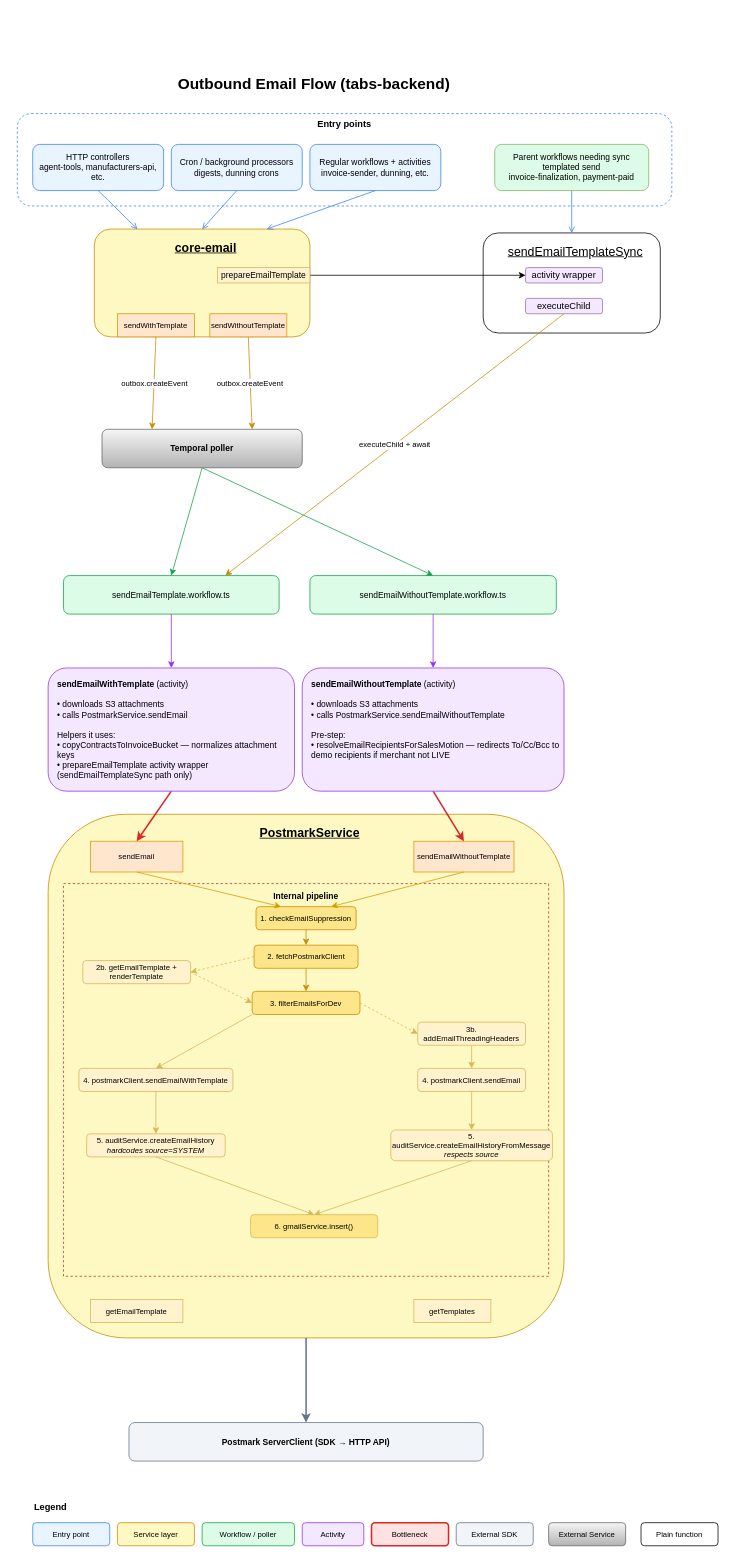
Before: email-flow.drawio in yabrown/tabs-stuff, a draw.io diagram. Source tidied: cells renumbered, new cells numbered last; positions are measured from the earlier drawing's top-left corner, leaving out a move shared by most shapes. Both pictures are drawn from the tidied source at 77%, with x=0, y=0 at pixel (17, 67).
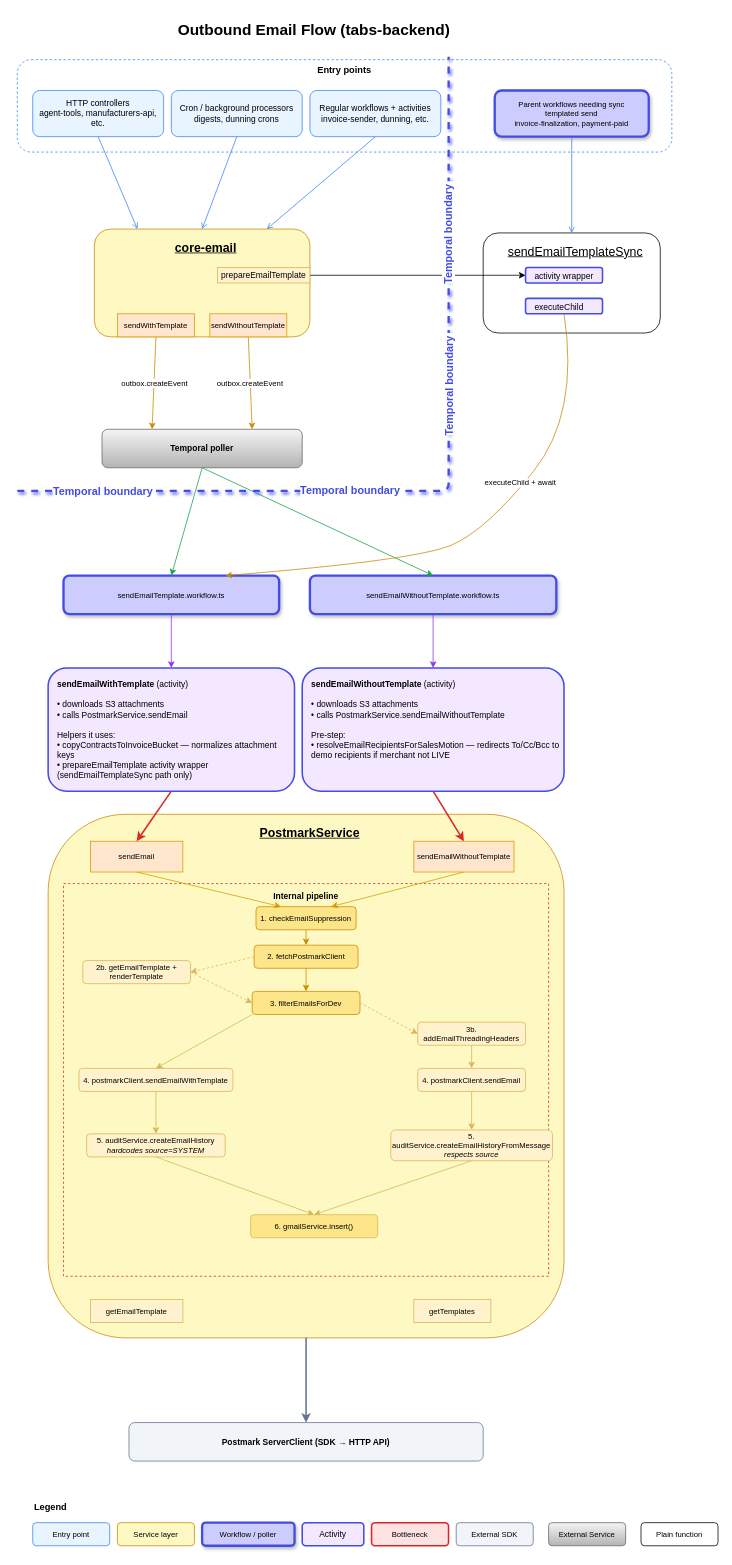
After the change.

Commit message:
aesthetic, added temporal boundary

Change to the diagram source:
```diff
@@
     <mxCell id="2" value="Outbound Email Flow (tabs-backend)" style="text;html=1;align=center;verticalAlign=middle;fontSize=20;fontStyle=1;" parent="1" vertex="1">
-      <mxGeometry x="160" width="450" height="40" as="geometry" />
+      <mxGeometry x="160" y="-70" width="450" height="40" as="geometry" />
     </mxCell>
     <mxCell id="3" value="Entry points" style="rounded=1;whiteSpace=wrap;html=1;fillColor=none;strokeColor=#3b82f6;dashed=1;verticalAlign=top;fontSize=12;fontStyle=1;" parent="1" vertex="1">
-      <mxGeometry y="60" width="850" height="120" as="geometry" />
+      <mxGeometry y="-10" width="850" height="120" as="geometry" />
     </mxCell>
     <mxCell id="4" value="HTTP controllers&#10;agent-tools, manufacturers-api, etc." style="rounded=1;whiteSpace=wrap;html=1;fillColor=#e8f4ff;strokeColor=#3b82f6;fontSize=11;" parent="1" vertex="1">
-      <mxGeometry x="20" y="100" width="170" height="60" as="geometry" />
+      <mxGeometry x="20" y="30" width="170" height="60" as="geometry" />
     </mxCell>
     <mxCell id="5" value="Cron / background processors&#10;digests, dunning crons" style="rounded=1;whiteSpace=wrap;html=1;fillColor=#e8f4ff;strokeColor=#3b82f6;fontSize=11;" parent="1" vertex="1">
-      <mxGeometry x="200" y="100" width="170" height="60" as="geometry" />
+      <mxGeometry x="200" y="30" width="170" height="60" as="geometry" />
     </mxCell>
     <mxCell id="6" value="Regular workflows + activities&#10;invoice-sender, dunning, etc." style="rounded=1;whiteSpace=wrap;html=1;fillColor=#e8f4ff;strokeColor=#3b82f6;fontSize=11;" parent="1" vertex="1">
-      <mxGeometry x="380" y="100" width="170" height="60" as="geometry" />
+      <mxGeometry x="380" y="30" width="170" height="60" as="geometry" />
     </mxCell>
-    <mxCell id="7" value="Parent workflows needing sync&#10;templated send&#10;invoice-finalization, payment-paid" style="rounded=1;whiteSpace=wrap;html=1;fillColor=#DCFCE7;strokeColor=#82b366;fontSize=11;" parent="1" vertex="1">
-      <mxGeometry x="620" y="100" width="200" height="60" as="geometry" />
+    <mxCell id="7" value="Parent workflows needing sync&#10;templated send&#10;invoice-finalization, payment-paid" style="rounded=1;whiteSpace=wrap;html=1;fillColor=#CCCCFF;strokeColor=#434CE6;fontSize=10;align=center;verticalAlign=middle;fontFamily=Helvetica;fontColor=default;shadow=1;strokeWidth=3;" parent="1" vertex="1">
+      <mxGeometry x="620" y="30" width="200" height="60" as="geometry" />
     </mxCell>
@@
-    <mxCell id="15" value="sendEmailTemplate.workflow.ts" style="rounded=1;whiteSpace=wrap;html=1;fillColor=#dcfce7;strokeColor=#16a34a;fontSize=11;" parent="1" vertex="1">
+    <mxCell id="15" value="sendEmailTemplate.workflow.ts" style="rounded=1;whiteSpace=wrap;html=1;fillColor=#CCCCFF;strokeColor=#434CE6;fontSize=10;align=center;verticalAlign=middle;fontFamily=Helvetica;fontColor=default;strokeWidth=3;shadow=1;" parent="1" vertex="1">
       <mxGeometry x="60" y="660" width="280" height="50" as="geometry" />
     </mxCell>
-    <mxCell id="16" value="sendEmailWithoutTemplate.workflow.ts" style="rounded=1;whiteSpace=wrap;html=1;fillColor=#dcfce7;strokeColor=#16a34a;fontSize=11;" parent="1" vertex="1">
+    <mxCell id="16" value="sendEmailWithoutTemplate.workflow.ts" style="rounded=1;whiteSpace=wrap;html=1;fillColor=#CCCCFF;strokeColor=#434CE6;fontSize=10;align=center;verticalAlign=middle;fontFamily=Helvetica;fontColor=default;shadow=1;strokeWidth=3;" parent="1" vertex="1">
       <mxGeometry x="380" y="660" width="320" height="50" as="geometry" />
     </mxCell>
@@
-    <mxCell id="54" value="Workflow / poller" style="rounded=1;whiteSpace=wrap;html=1;fillColor=#dcfce7;strokeColor=#16a34a;fontSize=10;" parent="1" vertex="1">
+    <mxCell id="54" value="Workflow / poller" style="rounded=1;whiteSpace=wrap;html=1;fillColor=#CCCCFF;strokeColor=#434CE6;fontSize=10;shadow=1;strokeWidth=3;align=center;verticalAlign=middle;fontFamily=Helvetica;fontColor=default;" parent="1" vertex="1">
       <mxGeometry x="240" y="1890" width="120" height="30" as="geometry" />
     </mxCell>
-    <mxCell id="55" value="Activity" style="rounded=1;whiteSpace=wrap;html=1;fillColor=#f3e8ff;strokeColor=#9333ea;fontSize=10;" parent="1" vertex="1">
+    <mxCell id="55" value="Activity" style="rounded=1;whiteSpace=wrap;html=1;fillColor=#F3E8FF;strokeColor=#434CE6;fontSize=11;strokeWidth=2;align=center;verticalAlign=middle;spacingLeft=0;spacingTop=0;fontFamily=Helvetica;fontColor=default;spacing=0;" parent="1" vertex="1">
       <mxGeometry x="370" y="1890" width="80" height="30" as="geometry" />
     </mxCell>
@@
-    <mxCell id="66" value="activity wrapper" style="rounded=1;whiteSpace=wrap;html=1;fillColor=#F3E8FF;strokeColor=#9673a6;" parent="1" vertex="1">
+    <mxCell id="66" value="activity wrapper" style="rounded=1;whiteSpace=wrap;html=1;fillColor=#F3E8FF;strokeColor=#434CE6;strokeWidth=2;align=left;verticalAlign=bottom;spacingLeft=10;spacingTop=8;fontFamily=Helvetica;fontSize=11;fontColor=default;" parent="1" vertex="1">
       <mxGeometry x="660" y="260" width="100" height="20" as="geometry" />
     </mxCell>
-    <mxCell id="67" value="executeChild" style="rounded=1;whiteSpace=wrap;html=1;fillColor=#F3E8FF;strokeColor=#9673a6;" parent="1" vertex="1">
+    <mxCell id="67" value="executeChild" style="rounded=1;whiteSpace=wrap;html=1;fillColor=#F3E8FF;strokeColor=#434CE6;strokeWidth=2;align=left;verticalAlign=bottom;spacingLeft=10;spacingTop=8;fontFamily=Helvetica;fontSize=11;fontColor=default;" parent="1" vertex="1">
       <mxGeometry x="660" y="300" width="100" height="20" as="geometry" />
     </mxCell>
     <mxCell id="68" value="executeChild + await" style="endArrow=classic;html=1;rounded=0;strokeColor=#ca8a04;entryX=0.75;entryY=0;entryDx=0;entryDy=0;fontSize=10;curved=1;exitX=0.5;exitY=1;exitDx=0;exitDy=0;" parent="1" edge="1" source="67" target="15">
-      <mxGeometry relative="1" as="geometry" />
+      <mxGeometry x="-0.26" y="-5" relative="1" as="geometry">
+        <Array as="points">
+          <mxPoint x="730" y="450" />
+          <mxPoint x="610" y="600" />
+          <mxPoint x="520" y="640" />
+        </Array>
+      </mxGeometry>
     </mxCell>
-    <mxCell id="69" value="&lt;b&gt;sendEmailWithTemplate&lt;/b&gt; (activity)&#10;&#10;• downloads S3 attachments&#10;• calls PostmarkService.sendEmail&#10;&#10;Helpers it uses:&#10;• copyContractsToInvoiceBucket — normalizes attachment keys&#10;• prepareEmailTemplate activity wrapper (sendEmailTemplateSync path only)" style="rounded=1;whiteSpace=wrap;html=1;fillColor=#f3e8ff;strokeColor=#9333ea;fontSize=11;align=left;verticalAlign=top;spacingLeft=10;spacingTop=8;" parent="1" vertex="1">
+    <mxCell id="69" value="&lt;b&gt;sendEmailWithTemplate&lt;/b&gt; (activity)&#10;&#10;• downloads S3 attachments&#10;• calls PostmarkService.sendEmail&#10;&#10;Helpers it uses:&#10;• copyContractsToInvoiceBucket — normalizes attachment keys&#10;• prepareEmailTemplate activity wrapper (sendEmailTemplateSync path only)" style="rounded=1;whiteSpace=wrap;html=1;fillColor=#F3E8FF;strokeColor=#434CE6;fontSize=11;align=left;verticalAlign=top;spacingLeft=10;spacingTop=8;strokeWidth=2;perimeterSpacing=0;" parent="1" vertex="1">
       <mxGeometry x="40" y="780" width="320" height="160" as="geometry" />
     </mxCell>
-    <mxCell id="70" value="&lt;b&gt;sendEmailWithoutTemplate&lt;/b&gt; (activity)&#10;&#10;• downloads S3 attachments&#10;• calls PostmarkService.sendEmailWithoutTemplate&#10;&#10;Pre-step:&#10;• resolveEmailRecipientsForSalesMotion — redirects To/Cc/Bcc to demo recipients if merchant not LIVE" style="rounded=1;whiteSpace=wrap;html=1;fillColor=#f3e8ff;strokeColor=#9333ea;fontSize=11;align=left;verticalAlign=top;spacingLeft=10;spacingTop=8;" parent="1" vertex="1">
+    <mxCell id="70" value="&lt;b&gt;sendEmailWithoutTemplate&lt;/b&gt; (activity)&#10;&#10;• downloads S3 attachments&#10;• calls PostmarkService.sendEmailWithoutTemplate&#10;&#10;Pre-step:&#10;• resolveEmailRecipientsForSalesMotion — redirects To/Cc/Bcc to demo recipients if merchant not LIVE" style="rounded=1;whiteSpace=wrap;html=1;fillColor=#F3E8FF;strokeColor=#434CE6;fontSize=11;align=left;verticalAlign=top;spacingLeft=10;spacingTop=8;strokeWidth=2;fontFamily=Helvetica;fontColor=default;" parent="1" vertex="1">
       <mxGeometry x="370" y="780" width="340" height="160" as="geometry" />
     </mxCell>
@@
+    <mxCell id="74" style="endArrow=none;dashed=1;html=1;rounded=1;entryX=0.659;entryY=-0.033;entryDx=0;entryDy=0;entryPerimeter=0;edgeStyle=orthogonalEdgeStyle;strokeWidth=3;fillColor=#d5e8d4;strokeColor=light-dark(#444CE7,#444CE7);startSize=0;sourcePerimeterSpacing=0;endSize=0;shadow=1;flowAnimation=0;shadowOffsetX=2;shadowBlur=2;shadowOpacity=100;comic=0;shadowColor=#444CE7;curved=0;textShadow=0;fontColor=#1F0FFF;" parent="1" edge="1" target="3">
+      <mxGeometry relative="1" as="geometry">
+        <mxPoint y="550" as="sourcePoint" />
+        <Array as="points">
+          <mxPoint x="560" y="550" />
+        </Array>
+      </mxGeometry>
+    </mxCell>
+    <mxCell id="75" value="&lt;font style=&quot;color: rgb(67, 76, 230);&quot;&gt;Temporal boundary&amp;nbsp;&lt;/font&gt;" style="edgeLabel;html=1;align=center;verticalAlign=middle;rotation=-90;fontSize=14;fontColor=#00A122;fontStyle=1;" parent="74" vertex="1">
+      <mxGeometry x="0.59" y="1" relative="1" as="geometry" />
+    </mxCell>
+    <mxCell id="76" value="&lt;span style=&quot;color: rgb(67, 76, 230); font-size: 14px;&quot;&gt;Temporal boundary&amp;nbsp;&lt;/span&gt;" style="edgeLabel;html=1;align=center;verticalAlign=middle;rotation=-90;fontStyle=1;" parent="74" vertex="1">
+      <mxGeometry x="0.24" relative="1" as="geometry" />
+    </mxCell>
+    <mxCell id="77" value="&lt;span style=&quot;color: rgb(67, 76, 230); font-size: 14px;&quot;&gt;Temporal boundary&amp;nbsp;&lt;/span&gt;" style="edgeLabel;html=1;align=center;verticalAlign=middle;fontStyle=1;" parent="74" vertex="1">
+      <mxGeometry x="-0.23" y="1" relative="1" as="geometry" />
+    </mxCell>
+    <mxCell id="78" value="&lt;span style=&quot;color: rgb(67, 76, 230); font-size: 14px;&quot;&gt;Temporal boundary&amp;nbsp;&lt;/span&gt;" style="edgeLabel;html=1;align=center;verticalAlign=middle;labelBorderColor=none;textShadow=0;labelBackgroundColor=default;fontStyle=1;" parent="74" vertex="1">
+      <mxGeometry x="-0.8" relative="1" as="geometry" />
+    </mxCell>
```
